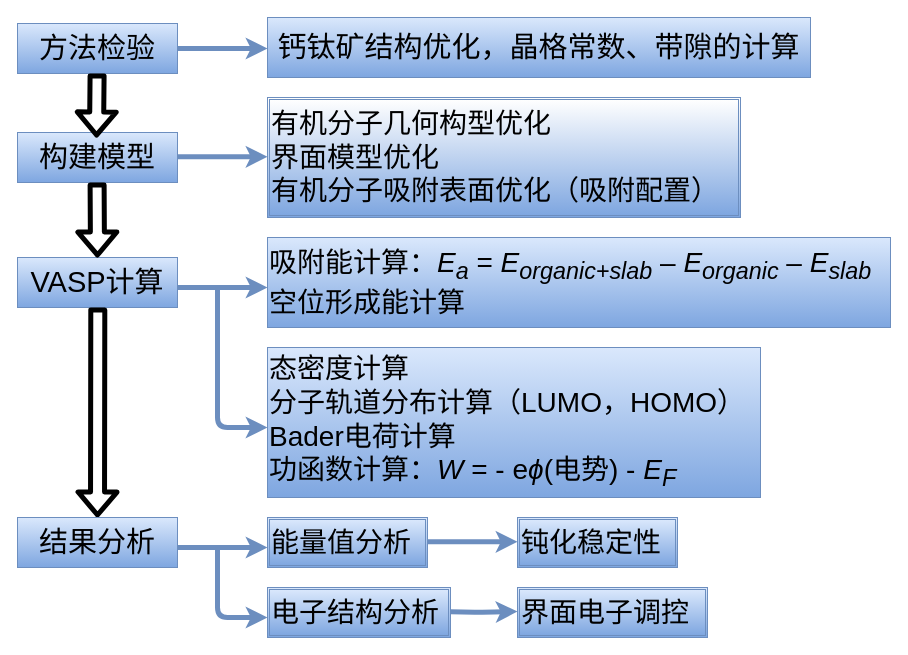
newerjun/newerjun keeps this draw.io diagram as Untitled Diagram.drawio. Above is the earlier version. Source tidied: cells renumbered, new cells numbered last; positions are measured from the earlier drawing's top-left corner, leaving out a move shared by most shapes. Both pictures are drawn from the tidied source at 100%, with x=0, y=0 at pixel (17, 17).
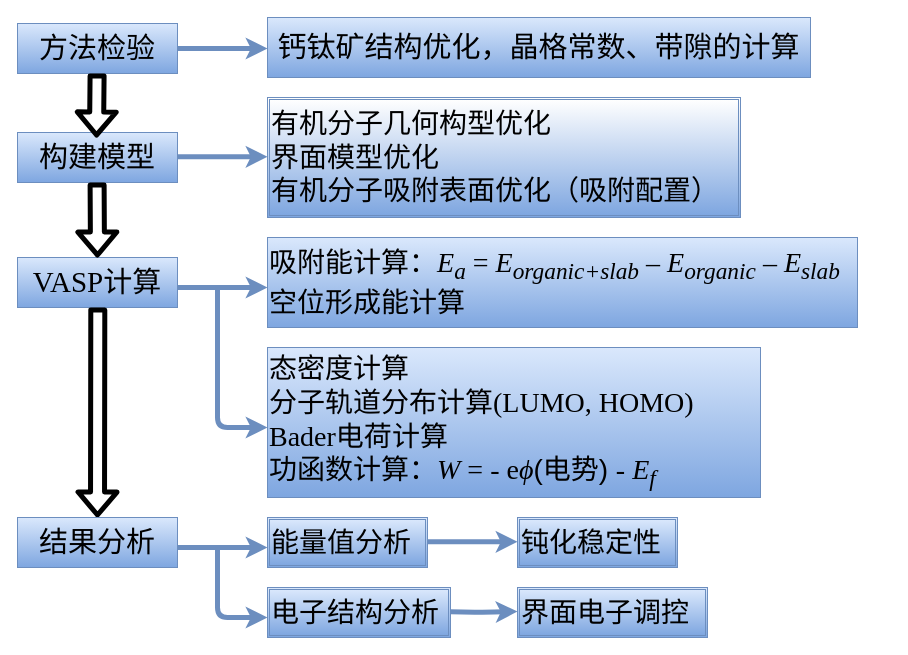
The same page after the edit.

The edit, as a diff of the source:
```diff
@@
-    <mxCell id="8" value="&lt;p style=&quot;margin-top: 0pt ; margin-bottom: 0pt ; margin-left: 0in ; text-align: left ; direction: ltr ; unicode-bidi: embed ; word-break: normal ; font-size: 29px&quot;&gt;&lt;span style=&quot;font-family: &amp;#34;arial&amp;#34;&quot;&gt;VASP&lt;/span&gt;&lt;span&gt;计算&lt;/span&gt;&lt;/p&gt;" style="whiteSpace=wrap;html=1;align=center;fillColor=#dae8fc;strokeColor=#6c8ebf;gradientColor=#7ea6e0;" parent="1" vertex="1">
+    <mxCell id="8" value="&lt;p style=&quot;margin-top: 0pt ; margin-bottom: 0pt ; margin-left: 0in ; text-align: left ; direction: ltr ; unicode-bidi: embed ; word-break: normal ; font-size: 29px&quot;&gt;&lt;font face=&quot;Times New Roman&quot;&gt;VASP&lt;/font&gt;&lt;span&gt;计算&lt;/span&gt;&lt;/p&gt;" style="whiteSpace=wrap;html=1;align=center;fillColor=#dae8fc;strokeColor=#6c8ebf;gradientColor=#7ea6e0;" parent="1" vertex="1">
       <mxGeometry y="240" width="160" height="50" as="geometry" />
     </mxCell>
@@
-    <mxCell id="10" value="&lt;font style=&quot;font-size: 28px&quot;&gt;&lt;p style=&quot;margin-top: 0pt ; margin-bottom: 0pt ; margin-left: 0in ; direction: ltr ; unicode-bidi: embed ; word-break: normal&quot;&gt;吸附能计算：&lt;span style=&quot;font-family: &amp;#34;arial&amp;#34;&quot;&gt;&lt;i&gt;E&lt;/i&gt;&lt;sub&gt;&lt;i&gt;a&lt;/i&gt;&lt;/sub&gt;&lt;/span&gt;&lt;span style=&quot;font-family: &amp;#34;arial&amp;#34;&quot;&gt; = &lt;/span&gt;&lt;span style=&quot;font-family: &amp;#34;arial&amp;#34;&quot;&gt;&lt;i&gt;E&lt;/i&gt;&lt;/span&gt;&lt;sub&gt;&lt;i&gt;&lt;span style=&quot;font-family: &amp;#34;arial&amp;#34;&quot;&gt;organic+&lt;/span&gt;&lt;span style=&quot;font-family: &amp;#34;arial&amp;#34;&quot;&gt;slab&lt;/span&gt;&lt;/i&gt;&lt;/sub&gt;&lt;span style=&quot;font-family: &amp;#34;arial&amp;#34;&quot;&gt; – &lt;/span&gt;&lt;span style=&quot;font-family: &amp;#34;arial&amp;#34;&quot;&gt;&lt;i&gt;E&lt;/i&gt;&lt;sub&gt;&lt;i&gt;organic&lt;/i&gt;&lt;/sub&gt;&lt;/span&gt;&lt;span style=&quot;font-family: &amp;#34;arial&amp;#34;&quot;&gt; – &lt;/span&gt;&lt;span style=&quot;font-family: &amp;#34;arial&amp;#34;&quot;&gt;&lt;i&gt;E&lt;/i&gt;&lt;sub&gt;&lt;i&gt;slab&lt;/i&gt;&lt;/sub&gt;&lt;/span&gt;&lt;/p&gt;&lt;p style=&quot;margin-top: 0pt ; margin-bottom: 0pt ; margin-left: 0in ; direction: ltr ; unicode-bidi: embed ; word-break: normal&quot;&gt;&lt;span style=&quot;font-family: &amp;#34;arial&amp;#34;&quot;&gt;空位形成能计算&lt;/span&gt;&lt;/p&gt;&lt;/font&gt;" style="whiteSpace=wrap;html=1;align=left;gradientColor=#7ea6e0;fillColor=#dae8fc;strokeColor=#6c8ebf;" parent="1" vertex="1">
-      <mxGeometry x="250" y="220" width="623" height="90" as="geometry" />
+    <mxCell id="10" value="&lt;font style=&quot;font-size: 28px&quot;&gt;&lt;p style=&quot;margin-top: 0pt ; margin-bottom: 0pt ; margin-left: 0in ; direction: ltr ; unicode-bidi: embed ; word-break: normal&quot;&gt;吸附能计算：&lt;font face=&quot;Times New Roman&quot;&gt;&lt;i&gt;E&lt;/i&gt;&lt;sub&gt;&lt;i&gt;a&lt;/i&gt;&lt;/sub&gt; = &lt;i&gt;E&lt;/i&gt;&lt;sub&gt;&lt;i&gt;organic+slab&lt;/i&gt;&lt;/sub&gt; – &lt;i&gt;E&lt;/i&gt;&lt;sub&gt;&lt;i&gt;organic&lt;/i&gt;&lt;/sub&gt; – &lt;i&gt;E&lt;/i&gt;&lt;sub&gt;&lt;i&gt;slab&lt;/i&gt;&lt;/sub&gt;&lt;/font&gt;&lt;/p&gt;&lt;p style=&quot;margin-top: 0pt ; margin-bottom: 0pt ; margin-left: 0in ; direction: ltr ; unicode-bidi: embed ; word-break: normal&quot;&gt;&lt;span style=&quot;font-family: &amp;#34;arial&amp;#34;&quot;&gt;空位形成能计算&lt;/span&gt;&lt;/p&gt;&lt;/font&gt;" style="whiteSpace=wrap;html=1;align=left;gradientColor=#7ea6e0;fillColor=#dae8fc;strokeColor=#6c8ebf;" parent="1" vertex="1">
+      <mxGeometry x="250" y="220" width="590" height="90" as="geometry" />
     </mxCell>
-    <mxCell id="11" value="&lt;font style=&quot;font-size: 28px&quot;&gt;&lt;p style=&quot;margin-top: 0pt ; margin-bottom: 0pt ; margin-left: 0in ; direction: ltr ; unicode-bidi: embed ; word-break: normal&quot;&gt;&lt;span&gt;态密度&lt;/span&gt;&lt;span&gt;计算&lt;/span&gt;&lt;/p&gt;&lt;p style=&quot;margin-top: 0pt ; margin-bottom: 0pt ; margin-left: 0in ; direction: ltr ; unicode-bidi: embed ; word-break: normal&quot;&gt;&lt;span&gt;分子轨道分布计算&lt;/span&gt;&lt;span&gt;（&lt;/span&gt;&lt;span style=&quot;font-family: &amp;#34;arial&amp;#34;&quot;&gt;LUMO&lt;/span&gt;&lt;span&gt;，&lt;/span&gt;&lt;span style=&quot;font-family: &amp;#34;arial&amp;#34;&quot;&gt;HOMO&lt;/span&gt;&lt;span&gt;）&lt;/span&gt;&lt;/p&gt;&lt;p style=&quot;margin-top: 0pt ; margin-bottom: 0pt ; margin-left: 0in ; direction: ltr ; unicode-bidi: embed ; word-break: normal&quot;&gt;&lt;span style=&quot;font-family: &amp;#34;arial&amp;#34;&quot;&gt;Bader&lt;/span&gt;&lt;span&gt;电荷&lt;/span&gt;&lt;span&gt;计算&lt;/span&gt;&lt;/p&gt;&lt;p style=&quot;margin-top: 0pt ; margin-bottom: 0pt ; margin-left: 0in ; direction: ltr ; unicode-bidi: embed ; word-break: normal&quot;&gt;功函数计算：&lt;span style=&quot;font-family: &amp;#34;arial&amp;#34;&quot;&gt;&lt;i&gt;W&lt;/i&gt; = - &lt;/span&gt;&lt;span style=&quot;font-family: &amp;#34;arial&amp;#34;&quot;&gt;e&lt;/span&gt;&lt;span style=&quot;font-family: &amp;#34;arial&amp;#34;&quot;&gt;&lt;i&gt;ϕ&lt;/i&gt;&lt;/span&gt;&lt;span style=&quot;font-family: &amp;#34;arial&amp;#34;&quot;&gt;(&lt;/span&gt;电势&lt;span style=&quot;font-family: &amp;#34;arial&amp;#34;&quot;&gt;)&amp;nbsp;&lt;/span&gt;&lt;span style=&quot;font-family: &amp;#34;arial&amp;#34;&quot;&gt;- &lt;/span&gt;&lt;span style=&quot;font-family: &amp;#34;arial&amp;#34;&quot;&gt;&lt;i&gt;E&lt;/i&gt;&lt;sub&gt;&lt;i&gt;F&lt;/i&gt;&lt;/sub&gt;&lt;/span&gt;&lt;/p&gt;&lt;/font&gt;" style="whiteSpace=wrap;html=1;align=left;gradientColor=#7ea6e0;fillColor=#dae8fc;strokeColor=#6c8ebf;" parent="1" vertex="1">
+    <mxCell id="11" value="&lt;font style=&quot;font-size: 28px&quot;&gt;&lt;p style=&quot;margin-top: 0pt ; margin-bottom: 0pt ; margin-left: 0in ; direction: ltr ; unicode-bidi: embed ; word-break: normal&quot;&gt;&lt;span&gt;态密度&lt;/span&gt;&lt;span&gt;计算&lt;/span&gt;&lt;/p&gt;&lt;p style=&quot;margin-top: 0pt ; margin-bottom: 0pt ; margin-left: 0in ; direction: ltr ; unicode-bidi: embed ; word-break: normal&quot;&gt;&lt;span&gt;分子轨道分布计算&lt;/span&gt;&lt;font face=&quot;Times New Roman&quot;&gt;&lt;span&gt;(&lt;/span&gt;LUMO, HOMO)&lt;/font&gt;&lt;/p&gt;&lt;p style=&quot;margin-top: 0pt ; margin-bottom: 0pt ; margin-left: 0in ; direction: ltr ; unicode-bidi: embed ; word-break: normal&quot;&gt;&lt;font face=&quot;Times New Roman&quot;&gt;Bader&lt;/font&gt;&lt;span&gt;电荷&lt;/span&gt;&lt;span&gt;计算&lt;/span&gt;&lt;/p&gt;&lt;p style=&quot;margin-top: 0pt ; margin-bottom: 0pt ; margin-left: 0in ; direction: ltr ; unicode-bidi: embed ; word-break: normal&quot;&gt;功函数计算：&lt;font face=&quot;Times New Roman&quot;&gt;&lt;i&gt;W&lt;/i&gt; = - e&lt;i&gt;ϕ&lt;/i&gt;&lt;/font&gt;&lt;span style=&quot;font-family: &amp;#34;arial&amp;#34;&quot;&gt;(&lt;/span&gt;电势&lt;span style=&quot;font-family: &amp;#34;arial&amp;#34;&quot;&gt;)&amp;nbsp;&lt;/span&gt;&lt;font face=&quot;Times New Roman&quot;&gt;- &lt;i&gt;E&lt;/i&gt;&lt;sub&gt;&lt;i&gt;f&lt;/i&gt;&lt;/sub&gt;&lt;/font&gt;&lt;/p&gt;&lt;/font&gt;" style="whiteSpace=wrap;html=1;align=left;gradientColor=#7ea6e0;fillColor=#dae8fc;strokeColor=#6c8ebf;" parent="1" vertex="1">
       <mxGeometry x="250" y="330" width="493" height="150" as="geometry" />
     </mxCell>
```
